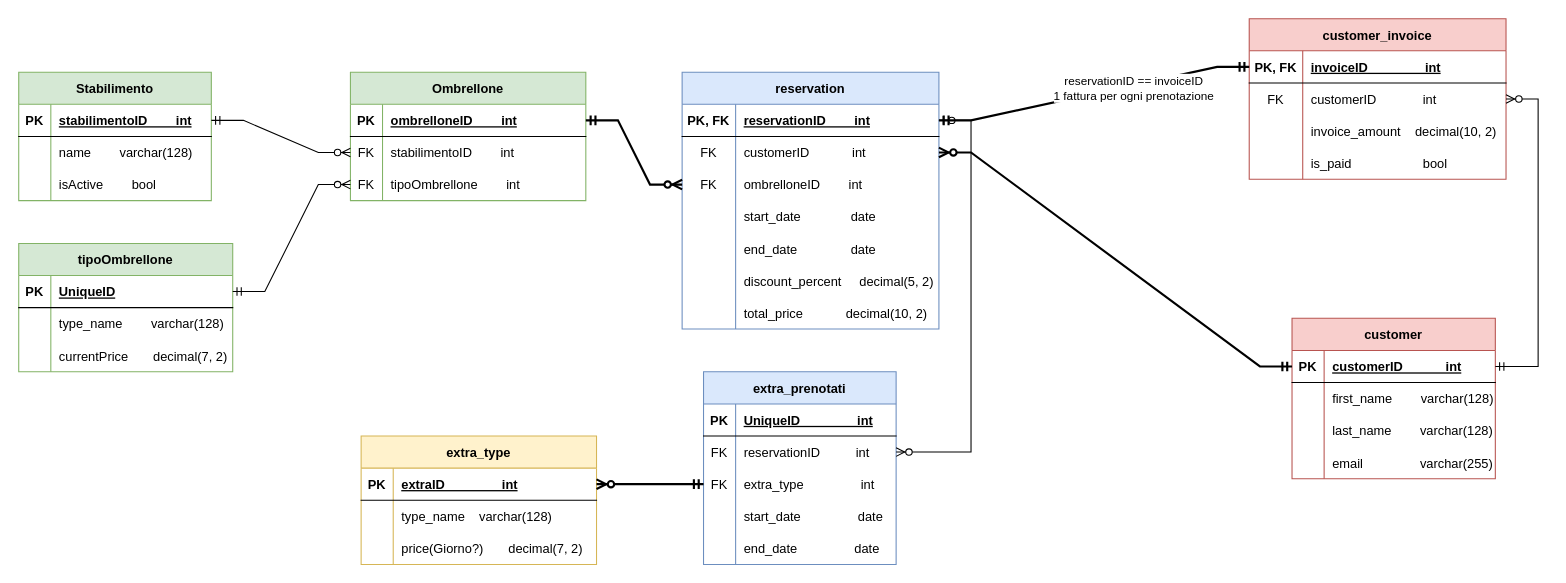
Before: database_stabilimento.drawio in fsciamma/LabSWE, a draw.io diagram. Source tidied: cells renumbered, new cells numbered last; positions are measured from the earlier drawing's top-left corner, leaving out a move shared by most shapes. Both pictures are drawn from the tidied source at 107%, with x=0, y=0 at pixel (18, 18).
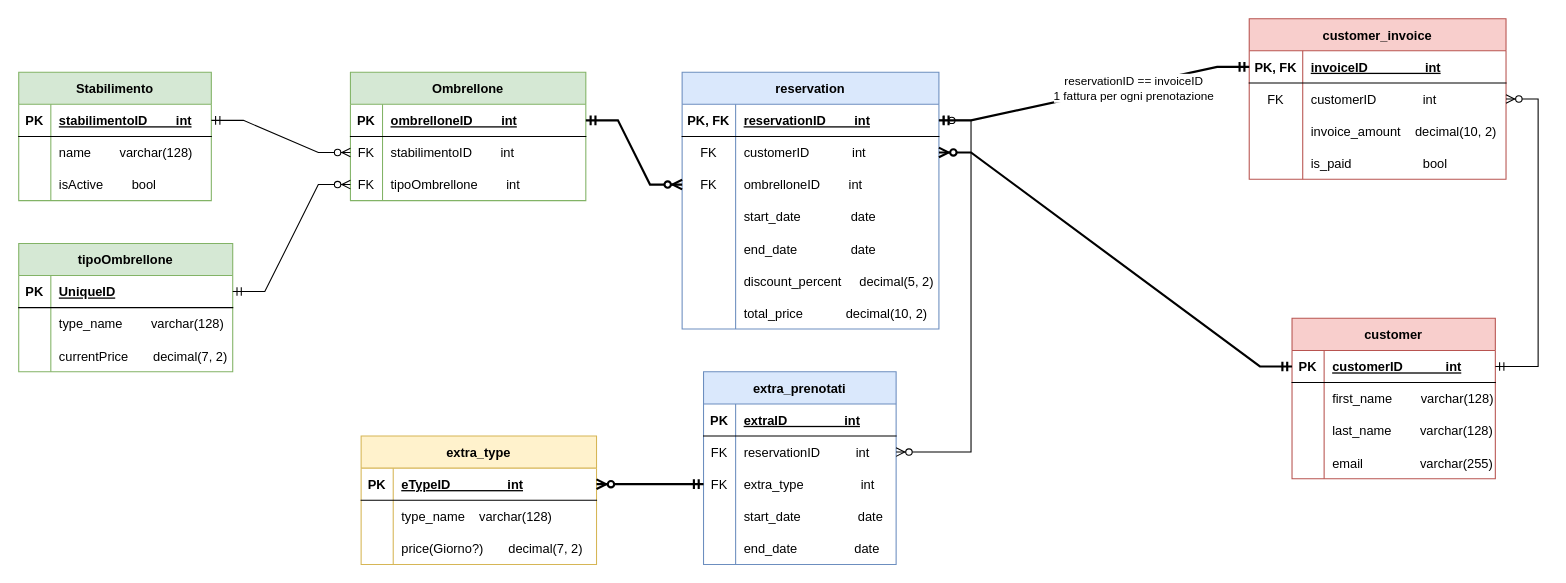
Above is the later version.

Commit message (it also covers changes not shown here):
modificato il file .sql per generare tutte le tabelle; cambiati alcuni nomi delle colonne e modificato lo schema di conseguenza

The change refers to these unchanged cells:
```xml
<mxCell id="57" style="shape=tableRow;horizontal=0;startSize=0;swimlaneHead=0;swimlaneBody=0;fillColor=none;top=0;left=0;right=0;bottom=1;" parent="56" vertex="1">
  <mxGeometry y="30" width="180" height="30" as="geometry" />
</mxCell>
<mxCell id="74" style="shape=tableRow;horizontal=0;startSize=0;swimlaneHead=0;swimlaneBody=0;fillColor=none;points=[[0,0.5],[1,0.5]];portConstraint=eastwest;top=0;left=0;right=0;bottom=1;" parent="73" vertex="1">
  <mxGeometry y="30" width="220" height="30" as="geometry" />
</mxCell>
```

The edit, as a diff of the source:
```diff
@@
-    <mxCell id="59" value="UniqueID                int" style="shape=partialRectangle;fillColor=none;top=0;left=0;bottom=0;right=0;align=left;spacingLeft=6;fontStyle=5;overflow=hidden;" parent="57" vertex="1">
+    <mxCell id="59" value="extraID                int" style="shape=partialRectangle;fillColor=none;top=0;left=0;bottom=0;right=0;align=left;spacingLeft=6;fontStyle=5;overflow=hidden;" parent="57" vertex="1">
       <mxGeometry x="30" width="150" height="30" as="geometry" />
     </mxCell>
@@
-    <mxCell id="76" value="extraID                int" style="shape=partialRectangle;fillColor=none;top=0;left=0;bottom=0;right=0;align=left;spacingLeft=6;fontStyle=5;overflow=hidden;" parent="74" vertex="1">
+    <mxCell id="76" value="eTypeID                int" style="shape=partialRectangle;fillColor=none;top=0;left=0;bottom=0;right=0;align=left;spacingLeft=6;fontStyle=5;overflow=hidden;" parent="74" vertex="1">
       <mxGeometry x="30" width="190" height="30" as="geometry" />
     </mxCell>
```
